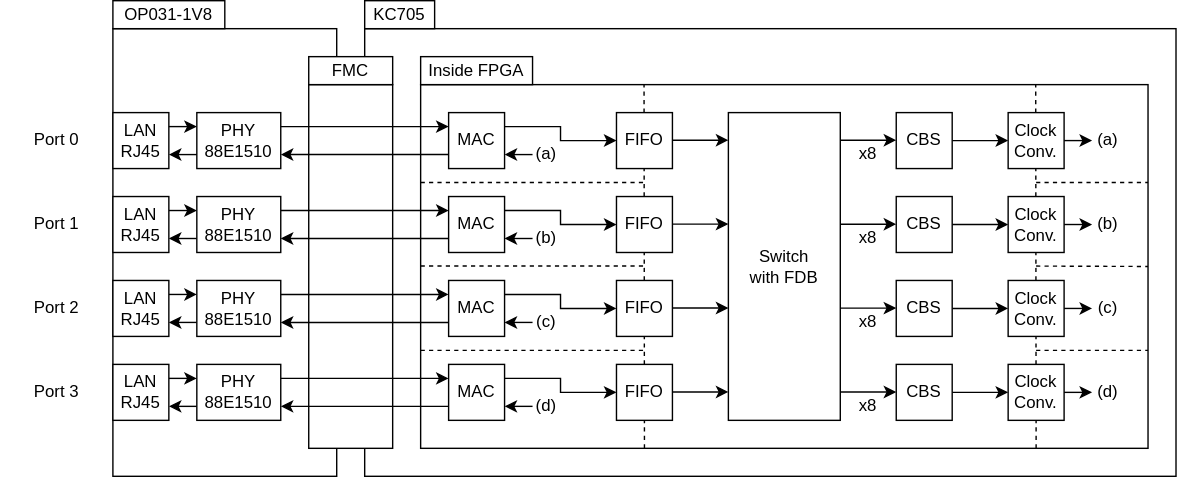
Earlier version of the draw.io export overwiew_cbs-switch.drawio.svg (CCIRT/aist-tsn-switch). Source tidied: cells renumbered, new cells last; positions are measured from the earlier drawing's top-left corner, leaving out a move shared by most shapes.
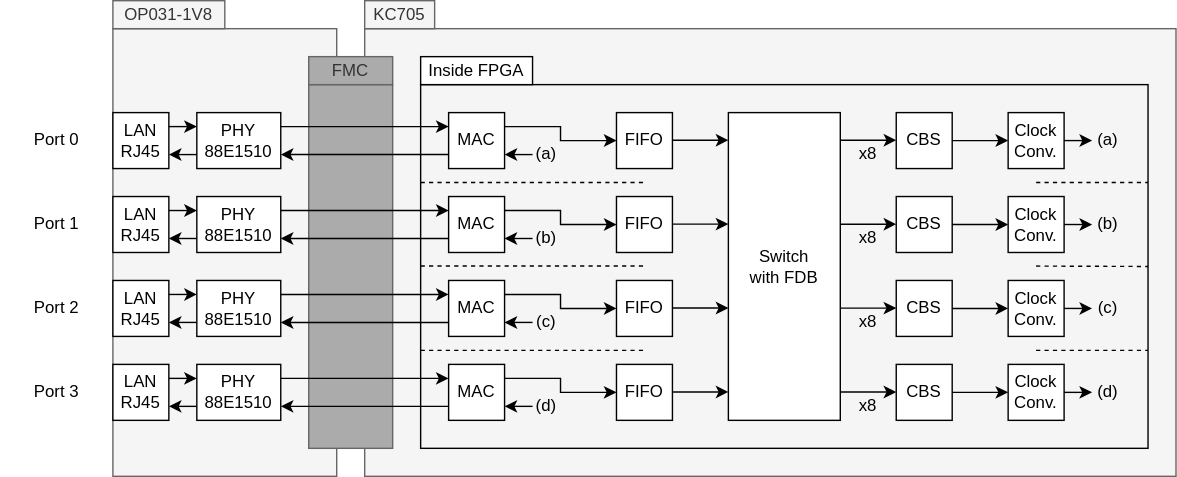
The same file after the commit.

The edit, as a diff of the source:
```diff
@@ -14,13 +14,13 @@
         <mxPoint x="739.7" y="60" as="targetPoint" />
       </mxGeometry>
     </mxCell>
-    <mxCell id="4" style="rounded=0;whiteSpace=wrap;html=1;fillColor=none;" parent="1" vertex="1">
+    <mxCell id="4" style="rounded=0;whiteSpace=wrap;html=1;fillColor=#f5f5f5;fontColor=#333333;strokeColor=#666666;" parent="1" vertex="1">
       <mxGeometry x="260" y="20" width="580" height="320" as="geometry" />
     </mxCell>
     <mxCell id="5" style="rounded=0;whiteSpace=wrap;html=1;fillColor=none;" parent="1" vertex="1">
       <mxGeometry x="300" y="60" width="520" height="260" as="geometry" />
     </mxCell>
-    <mxCell id="6" style="rounded=0;whiteSpace=wrap;html=1;fillColor=none;" parent="1" vertex="1">
+    <mxCell id="6" style="rounded=0;whiteSpace=wrap;html=1;fillColor=#f5f5f5;fontColor=#333333;strokeColor=#666666;" parent="1" vertex="1">
       <mxGeometry x="80" y="20" width="160" height="320" as="geometry" />
     </mxCell>
     <mxCell id="7" value="PHY&lt;br&gt;88E1510" style="rounded=0;whiteSpace=wrap;html=1;" parent="1" vertex="1">
@@ -37,16 +37,16 @@
     <mxCell id="9" value="MAC" style="rounded=0;whiteSpace=wrap;html=1;fillColor=default;" parent="1" vertex="1">
       <mxGeometry x="320" y="80" width="40" height="40" as="geometry" />
     </mxCell>
-    <mxCell id="10" value="KC705" style="rounded=0;whiteSpace=wrap;html=1;" parent="1" vertex="1">
+    <mxCell id="10" value="KC705" style="rounded=0;whiteSpace=wrap;html=1;fillColor=#f5f5f5;fontColor=#333333;strokeColor=#666666;" parent="1" vertex="1">
       <mxGeometry x="260" width="50" height="20" as="geometry" />
     </mxCell>
-    <mxCell id="11" value="OP031-1V8" style="rounded=0;whiteSpace=wrap;html=1;" parent="1" vertex="1">
+    <mxCell id="11" value="OP031-1V8" style="rounded=0;whiteSpace=wrap;html=1;fillColor=#f5f5f5;fontColor=#333333;strokeColor=#666666;" parent="1" vertex="1">
       <mxGeometry x="80" width="80" height="20" as="geometry" />
     </mxCell>
     <mxCell id="12" value="LAN&lt;br&gt;RJ45" style="rounded=0;whiteSpace=wrap;html=1;" parent="1" vertex="1">
       <mxGeometry x="80" y="80" width="40" height="40" as="geometry" />
     </mxCell>
-    <mxCell id="13" style="rounded=0;whiteSpace=wrap;html=1;verticalAlign=top;" parent="1" vertex="1">
+    <mxCell id="13" style="rounded=0;whiteSpace=wrap;html=1;verticalAlign=top;fillColor=#ABABAB;fontColor=#333333;strokeColor=#666666;" parent="1" vertex="1">
       <mxGeometry x="220" y="60" width="60" height="260" as="geometry" />
     </mxCell>
     <mxCell id="14" style="edgeStyle=orthogonalEdgeStyle;rounded=0;html=1;entryX=0;entryY=0.25;entryDx=0;entryDy=0;exitX=1;exitY=0.25;exitDx=0;exitDy=0;" parent="1" edge="1" source="16" target="48">
@@ -330,7 +330,7 @@
     <mxCell id="85" value="Inside FPGA" style="rounded=0;whiteSpace=wrap;html=1;" parent="1" vertex="1">
       <mxGeometry x="300" y="40" width="80" height="20" as="geometry" />
     </mxCell>
-    <mxCell id="86" value="FMC" style="rounded=0;whiteSpace=wrap;html=1;" parent="1" vertex="1">
+    <mxCell id="86" value="FMC" style="rounded=0;whiteSpace=wrap;html=1;fillColor=#ABABAB;fontColor=#333333;strokeColor=#666666;" parent="1" vertex="1">
       <mxGeometry x="220" y="40" width="60" height="20" as="geometry" />
     </mxCell>
     <mxCell id="87" style="edgeStyle=none;html=1;" parent="1" edge="1">
```
